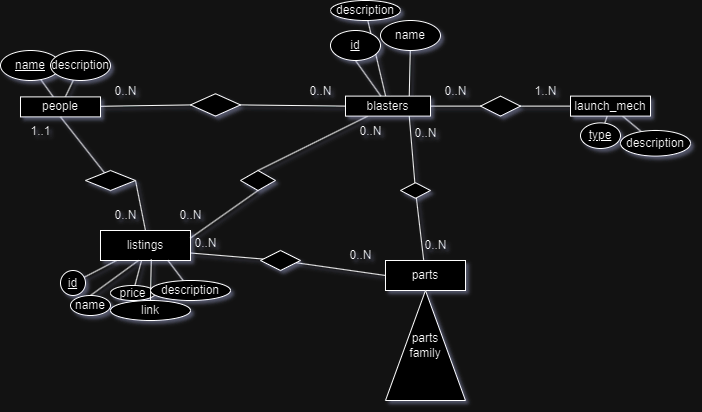
SabreBirdOne/BlasterBrowser keeps this draw.io diagram as docs/ERD.png. Above is the earlier version. Source tidied: cells renumbered, new cells last; positions are measured from the earlier drawing's top-left corner, leaving out a move shared by most shapes.
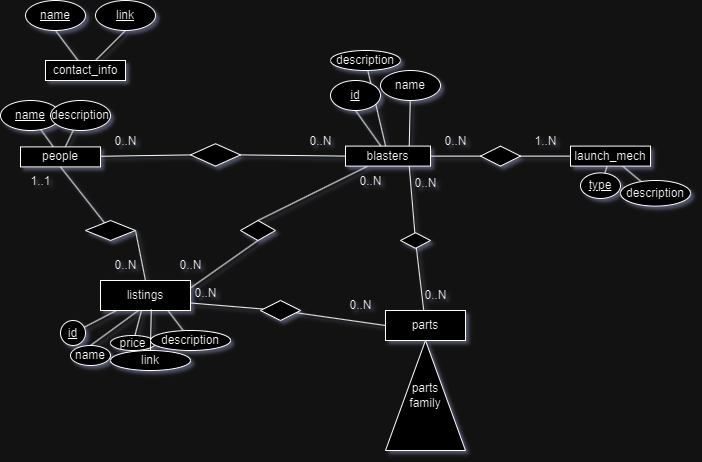
After the commit.

Commit message:
Added contact info entity into schema

The edit, as a diff of the source:
```diff
@@ -188,5 +188,20 @@
     <mxCell id="62" value="parts&lt;br&gt;family" style="triangle;whiteSpace=wrap;html=1;direction=north;" parent="1" vertex="1">
       <mxGeometry x="385" y="290" width="80" height="110" as="geometry" />
     </mxCell>
+    <mxCell id="63" style="rounded=0;jettySize=auto;html=1;entryX=0.5;entryY=1;entryDx=0;entryDy=0;endArrow=none;endFill=0;" parent="1" edge="1" source="65" target="67">
+      <mxGeometry relative="1" as="geometry" />
+    </mxCell>
+    <mxCell id="64" style="rounded=0;jettySize=auto;html=1;entryX=0.5;entryY=1;entryDx=0;entryDy=0;endArrow=none;endFill=0;" parent="1" edge="1" source="65" target="66">
+      <mxGeometry relative="1" as="geometry" />
+    </mxCell>
+    <mxCell id="65" value="contact_info" style="whiteSpace=wrap;html=1;" parent="1" vertex="1">
+      <mxGeometry x="45" y="10" width="80" height="20" as="geometry" />
+    </mxCell>
+    <mxCell id="66" value="&lt;u&gt;name&lt;/u&gt;" style="ellipse;whiteSpace=wrap;html=1;rounded=0;" parent="1" vertex="1">
+      <mxGeometry x="25" y="-50" width="60" height="30" as="geometry" />
+    </mxCell>
+    <mxCell id="67" value="&lt;u&gt;link&lt;/u&gt;" style="ellipse;whiteSpace=wrap;html=1;" parent="1" vertex="1">
+      <mxGeometry x="95" y="-50" width="60" height="30" as="geometry" />
+    </mxCell>
   </root>
 </mxGraphModel>
```
